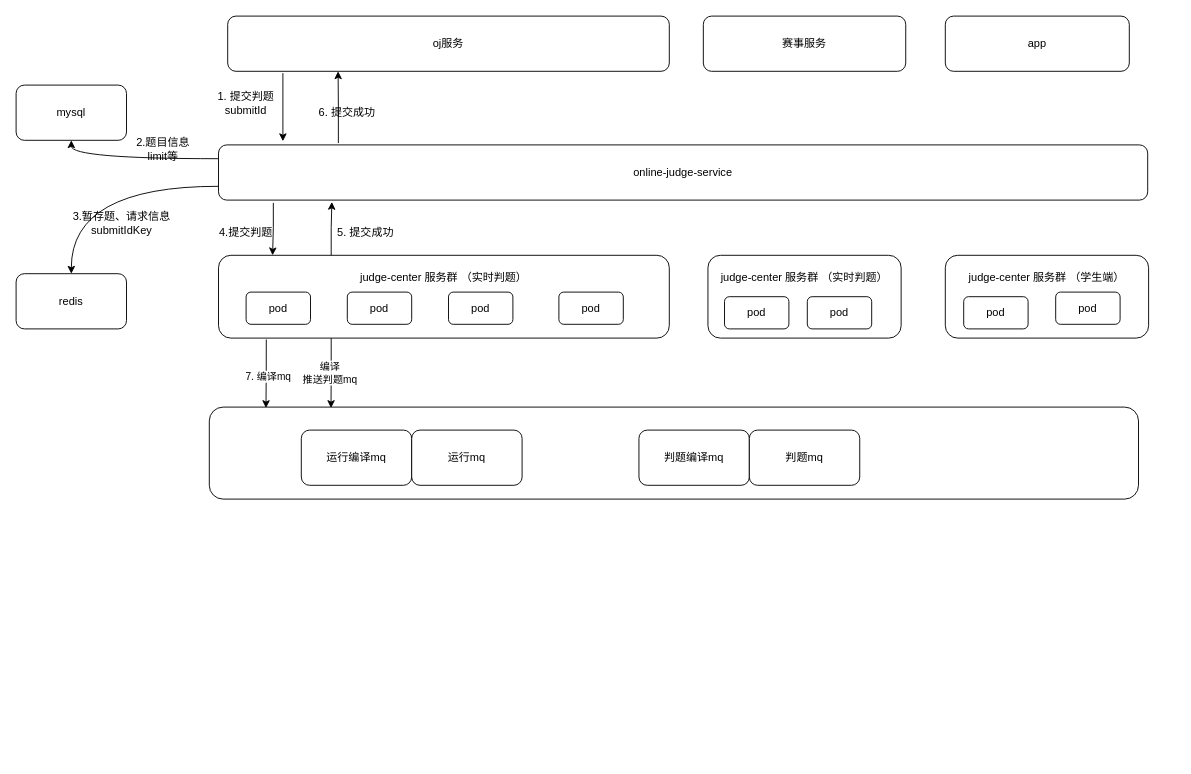
Above: 沙箱群.drawio in xiell2016/hetaoDesign (draw.io), before the change. Source tidied: cells renumbered, new cells numbered last; positions are measured from the earlier drawing's top-left corner, leaving out a move shared by most shapes. Both pictures are drawn from the tidied source at 92%, with x=0, y=0 at pixel (16, 16).
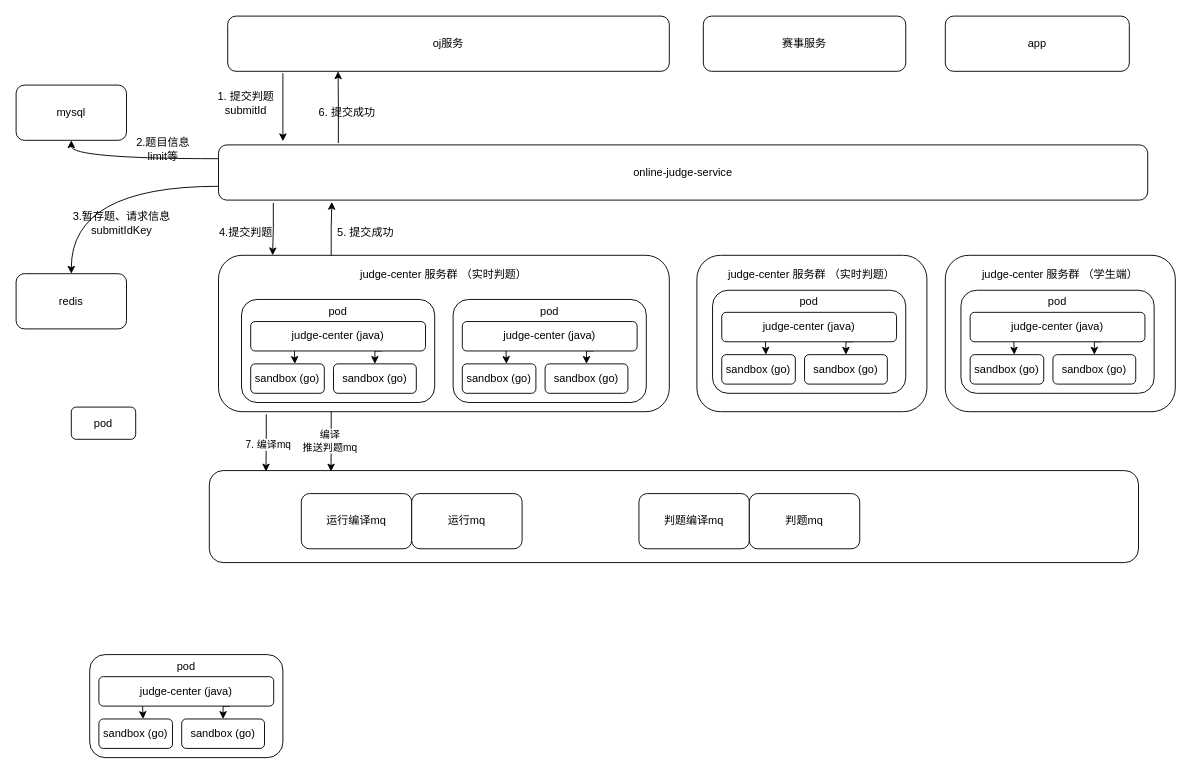
Above is the later version.

Commit message (it also covers changes not shown here):
更新沙箱群.drawio

The edit, as a diff of the source:
```diff
@@
     <mxCell id="2" style="rounded=1;whiteSpace=wrap;html=1;" parent="1" vertex="1">
-      <mxGeometry x="210" y="425" width="1010" height="100" as="geometry" />
+      <mxGeometry x="210" y="494" width="1010" height="100" as="geometry" />
     </mxCell>
@@
-    <mxCell id="8" value="judge-center&lt;span style=&quot;background-color: initial;&quot;&gt;&amp;nbsp;服务群 （实时判题）&lt;/span&gt;&lt;div&gt;&lt;span style=&quot;background-color: initial;&quot;&gt;&lt;br&gt;&lt;/span&gt;&lt;/div&gt;&lt;div&gt;&lt;span style=&quot;background-color: initial;&quot;&gt;&lt;br&gt;&lt;/span&gt;&lt;/div&gt;&lt;div&gt;&lt;br&gt;&lt;/div&gt;" style="rounded=1;whiteSpace=wrap;html=1;" parent="1" vertex="1">
-      <mxGeometry x="220" y="260" width="490" height="90" as="geometry" />
+    <mxCell id="8" value="judge-center&lt;span style=&quot;background-color: initial;&quot;&gt;&amp;nbsp;服务群 （实时判题）&lt;/span&gt;&lt;div&gt;&lt;br&gt;&lt;/div&gt;&lt;div&gt;&lt;br&gt;&lt;div&gt;&lt;span style=&quot;background-color: initial;&quot;&gt;&lt;br&gt;&lt;/span&gt;&lt;/div&gt;&lt;div&gt;&lt;span style=&quot;background-color: initial;&quot;&gt;&lt;br&gt;&lt;/span&gt;&lt;/div&gt;&lt;div&gt;&lt;br&gt;&lt;/div&gt;&lt;div&gt;&lt;br&gt;&lt;/div&gt;&lt;div&gt;&lt;br&gt;&lt;/div&gt;&lt;div&gt;&lt;br&gt;&lt;/div&gt;&lt;div&gt;&lt;br&gt;&lt;/div&gt;&lt;/div&gt;" style="rounded=1;whiteSpace=wrap;html=1;" parent="1" vertex="1">
+      <mxGeometry x="220" y="260" width="490" height="170" as="geometry" />
     </mxCell>
@@
     <mxCell id="11" value="运行编译mq" style="rounded=1;whiteSpace=wrap;html=1;" parent="1" vertex="1">
-      <mxGeometry x="310" y="450" width="120" height="60" as="geometry" />
+      <mxGeometry x="310" y="519" width="120" height="60" as="geometry" />
     </mxCell>
     <mxCell id="12" value="判题编译mq" style="rounded=1;whiteSpace=wrap;html=1;" parent="1" vertex="1">
-      <mxGeometry x="677" y="450" width="120" height="60" as="geometry" />
+      <mxGeometry x="677" y="519" width="120" height="60" as="geometry" />
     </mxCell>
     <mxCell id="13" value="运行mq" style="rounded=1;whiteSpace=wrap;html=1;" parent="1" vertex="1">
-      <mxGeometry x="430" y="450" width="120" height="60" as="geometry" />
+      <mxGeometry x="430" y="519" width="120" height="60" as="geometry" />
     </mxCell>
-    <mxCell id="14" value="judge-center&lt;span style=&quot;background-color: initial;&quot;&gt;&amp;nbsp;服务群 （实时判题）&lt;/span&gt;&lt;div&gt;&lt;span style=&quot;background-color: initial;&quot;&gt;&lt;br&gt;&lt;/span&gt;&lt;/div&gt;&lt;div&gt;&lt;span style=&quot;background-color: initial;&quot;&gt;&lt;br&gt;&lt;/span&gt;&lt;/div&gt;&lt;div&gt;&lt;span style=&quot;background-color: initial;&quot;&gt;&lt;br&gt;&lt;/span&gt;&lt;/div&gt;" style="rounded=1;whiteSpace=wrap;html=1;" parent="1" vertex="1">
-      <mxGeometry x="752" y="260" width="210" height="90" as="geometry" />
+    <mxCell id="14" value="judge-center&lt;span style=&quot;background-color: initial;&quot;&gt;&amp;nbsp;服务群 （实时判题）&lt;/span&gt;&lt;div&gt;&lt;span style=&quot;background-color: initial;&quot;&gt;&lt;br&gt;&lt;/span&gt;&lt;/div&gt;&lt;div&gt;&lt;span style=&quot;background-color: initial;&quot;&gt;&lt;br&gt;&lt;/span&gt;&lt;/div&gt;&lt;div&gt;&lt;span style=&quot;background-color: initial;&quot;&gt;&lt;br&gt;&lt;/span&gt;&lt;/div&gt;&lt;div&gt;&lt;span style=&quot;background-color: initial;&quot;&gt;&lt;br&gt;&lt;/span&gt;&lt;/div&gt;&lt;div&gt;&lt;span style=&quot;background-color: initial;&quot;&gt;&lt;br&gt;&lt;/span&gt;&lt;/div&gt;&lt;div&gt;&lt;span style=&quot;background-color: initial;&quot;&gt;&lt;br&gt;&lt;/span&gt;&lt;/div&gt;&lt;div&gt;&lt;span style=&quot;background-color: initial;&quot;&gt;&lt;br&gt;&lt;/span&gt;&lt;/div&gt;&lt;div&gt;&lt;span style=&quot;background-color: initial;&quot;&gt;&lt;br&gt;&lt;/span&gt;&lt;/div&gt;&lt;div&gt;&lt;span style=&quot;background-color: initial;&quot;&gt;&lt;br&gt;&lt;/span&gt;&lt;/div&gt;" style="rounded=1;whiteSpace=wrap;html=1;" parent="1" vertex="1">
+      <mxGeometry x="740" y="260" width="250" height="170" as="geometry" />
     </mxCell>
-    <mxCell id="15" value="&lt;div&gt;judge-center&lt;span style=&quot;background-color: initial;&quot;&gt;&amp;nbsp;服务群 （学生端）&lt;/span&gt;&lt;br&gt;&lt;/div&gt;&lt;div&gt;&lt;span style=&quot;background-color: initial;&quot;&gt;&lt;br&gt;&lt;/span&gt;&lt;/div&gt;&lt;div&gt;&lt;span style=&quot;background-color: initial;&quot;&gt;&lt;br&gt;&lt;/span&gt;&lt;/div&gt;&lt;div&gt;&lt;span style=&quot;background-color: initial;&quot;&gt;&lt;br&gt;&lt;/span&gt;&lt;/div&gt;" style="rounded=1;whiteSpace=wrap;html=1;" parent="1" vertex="1">
-      <mxGeometry x="1010" y="260" width="221" height="90" as="geometry" />
-    </mxCell>
     <mxCell id="16" value="判题mq" style="rounded=1;whiteSpace=wrap;html=1;" parent="1" vertex="1">
-      <mxGeometry x="797" y="450" width="120" height="60" as="geometry" />
+      <mxGeometry x="797" y="519" width="120" height="60" as="geometry" />
     </mxCell>
@@
     <mxCell id="32" value="pod" style="rounded=1;whiteSpace=wrap;html=1;" parent="1" vertex="1">
-      <mxGeometry x="250" y="300" width="70" height="35" as="geometry" />
+      <mxGeometry x="60" y="425" width="70" height="35" as="geometry" />
     </mxCell>
-    <mxCell id="33" value="pod" style="rounded=1;whiteSpace=wrap;html=1;" parent="1" vertex="1">
-      <mxGeometry x="360" y="300" width="70" height="35" as="geometry" />
-    </mxCell>
-    <mxCell id="34" value="pod" style="rounded=1;whiteSpace=wrap;html=1;" parent="1" vertex="1">
-      <mxGeometry x="470" y="300" width="70" height="35" as="geometry" />
-    </mxCell>
-    <mxCell id="35" value="pod" style="rounded=1;whiteSpace=wrap;html=1;" parent="1" vertex="1">
-      <mxGeometry x="590" y="300" width="70" height="35" as="geometry" />
-    </mxCell>
-    <mxCell id="36" value="pod" style="rounded=1;whiteSpace=wrap;html=1;" parent="1" vertex="1">
-      <mxGeometry x="770" y="305" width="70" height="35" as="geometry" />
-    </mxCell>
-    <mxCell id="37" value="pod" style="rounded=1;whiteSpace=wrap;html=1;" parent="1" vertex="1">
-      <mxGeometry x="860" y="305" width="70" height="35" as="geometry" />
-    </mxCell>
-    <mxCell id="38" value="pod" style="rounded=1;whiteSpace=wrap;html=1;" parent="1" vertex="1">
-      <mxGeometry x="1030" y="305" width="70" height="35" as="geometry" />
-    </mxCell>
-    <mxCell id="39" value="pod" style="rounded=1;whiteSpace=wrap;html=1;" parent="1" vertex="1">
-      <mxGeometry x="1130" y="300" width="70" height="35" as="geometry" />
-    </mxCell>
+    <mxCell id="40" style="edgeStyle=orthogonalEdgeStyle;rounded=0;orthogonalLoop=1;jettySize=auto;html=1;exitX=0.5;exitY=1;exitDx=0;exitDy=0;entryX=0;entryY=0;entryDx=0;entryDy=0;" parent="1" edge="1">
+      <mxGeometry relative="1" as="geometry">
+        <mxPoint x="303.8" y="356" as="sourcePoint" />
+      </mxGeometry>
+    </mxCell>
+    <mxCell id="41" style="edgeStyle=orthogonalEdgeStyle;rounded=0;orthogonalLoop=1;jettySize=auto;html=1;exitX=0.5;exitY=1;exitDx=0;exitDy=0;entryX=0.5;entryY=0;entryDx=0;entryDy=0;" parent="1" edge="1">
+      <mxGeometry relative="1" as="geometry">
+        <mxPoint x="465" y="356" as="sourcePoint" />
+      </mxGeometry>
+    </mxCell>
+    <mxCell id="42" value="&lt;div&gt;&lt;span style=&quot;background-color: initial;&quot;&gt;pod&lt;/span&gt;&lt;br&gt;&lt;/div&gt;&lt;div&gt;&lt;span style=&quot;background-color: initial;&quot;&gt;&lt;br&gt;&lt;/span&gt;&lt;/div&gt;&lt;div&gt;&lt;span style=&quot;background-color: initial;&quot;&gt;&lt;br&gt;&lt;/span&gt;&lt;/div&gt;&lt;div&gt;&lt;span style=&quot;background-color: initial;&quot;&gt;&lt;br&gt;&lt;/span&gt;&lt;/div&gt;&lt;div&gt;&lt;span style=&quot;background-color: initial;&quot;&gt;&lt;br&gt;&lt;/span&gt;&lt;/div&gt;&lt;div&gt;&lt;span style=&quot;background-color: initial;&quot;&gt;&lt;br&gt;&lt;/span&gt;&lt;/div&gt;&lt;div&gt;&lt;span style=&quot;background-color: initial;&quot;&gt;&lt;br&gt;&lt;/span&gt;&lt;/div&gt;" style="rounded=1;whiteSpace=wrap;html=1;" parent="1" vertex="1">
+      <mxGeometry x="245" y="308" width="210" height="112" as="geometry" />
+    </mxCell>
+    <mxCell id="43" style="edgeStyle=orthogonalEdgeStyle;rounded=0;jettySize=auto;html=1;exitX=0.75;exitY=1;exitDx=0;exitDy=0;entryX=0.5;entryY=0;entryDx=0;entryDy=0;" parent="1" edge="1" source="44" target="46">
+      <mxGeometry relative="1" as="geometry" />
+    </mxCell>
+    <mxCell id="44" value="judge-center (java)" style="rounded=1;whiteSpace=wrap;html=1;" parent="1" vertex="1">
+      <mxGeometry x="255" y="332" width="190" height="32" as="geometry" />
+    </mxCell>
+    <mxCell id="45" value="sandbox (go)" style="rounded=1;whiteSpace=wrap;html=1;" parent="1" vertex="1">
+      <mxGeometry x="255" y="378" width="80" height="32" as="geometry" />
+    </mxCell>
+    <mxCell id="46" value="sandbox (go)" style="rounded=1;whiteSpace=wrap;html=1;" parent="1" vertex="1">
+      <mxGeometry x="345" y="378" width="90" height="32" as="geometry" />
+    </mxCell>
+    <mxCell id="47" style="edgeStyle=orthogonalEdgeStyle;rounded=0;jettySize=auto;html=1;exitX=0.25;exitY=1;exitDx=0;exitDy=0;entryX=0.6;entryY=0;entryDx=0;entryDy=0;entryPerimeter=0;" parent="1" edge="1" source="44" target="45">
+      <mxGeometry relative="1" as="geometry" />
+    </mxCell>
+    <mxCell id="48" value="&lt;div&gt;&lt;span style=&quot;background-color: initial;&quot;&gt;pod&lt;/span&gt;&lt;br&gt;&lt;/div&gt;&lt;div&gt;&lt;span style=&quot;background-color: initial;&quot;&gt;&lt;br&gt;&lt;/span&gt;&lt;/div&gt;&lt;div&gt;&lt;span style=&quot;background-color: initial;&quot;&gt;&lt;br&gt;&lt;/span&gt;&lt;/div&gt;&lt;div&gt;&lt;span style=&quot;background-color: initial;&quot;&gt;&lt;br&gt;&lt;/span&gt;&lt;/div&gt;&lt;div&gt;&lt;span style=&quot;background-color: initial;&quot;&gt;&lt;br&gt;&lt;/span&gt;&lt;/div&gt;&lt;div&gt;&lt;span style=&quot;background-color: initial;&quot;&gt;&lt;br&gt;&lt;/span&gt;&lt;/div&gt;&lt;div&gt;&lt;span style=&quot;background-color: initial;&quot;&gt;&lt;br&gt;&lt;/span&gt;&lt;/div&gt;" style="rounded=1;whiteSpace=wrap;html=1;" parent="1" vertex="1">
+      <mxGeometry x="80" y="694" width="210" height="112" as="geometry" />
+    </mxCell>
+    <mxCell id="49" style="edgeStyle=orthogonalEdgeStyle;rounded=0;jettySize=auto;html=1;exitX=0.75;exitY=1;exitDx=0;exitDy=0;entryX=0.5;entryY=0;entryDx=0;entryDy=0;" parent="1" edge="1" source="50" target="52">
+      <mxGeometry relative="1" as="geometry" />
+    </mxCell>
+    <mxCell id="50" value="judge-center (java)" style="rounded=1;whiteSpace=wrap;html=1;" parent="1" vertex="1">
+      <mxGeometry x="90" y="718" width="190" height="32" as="geometry" />
+    </mxCell>
+    <mxCell id="51" value="sandbox (go)" style="rounded=1;whiteSpace=wrap;html=1;" parent="1" vertex="1">
+      <mxGeometry x="90" y="764" width="80" height="32" as="geometry" />
+    </mxCell>
+    <mxCell id="52" value="sandbox (go)" style="rounded=1;whiteSpace=wrap;html=1;" parent="1" vertex="1">
+      <mxGeometry x="180" y="764" width="90" height="32" as="geometry" />
+    </mxCell>
+    <mxCell id="53" style="edgeStyle=orthogonalEdgeStyle;rounded=0;jettySize=auto;html=1;exitX=0.25;exitY=1;exitDx=0;exitDy=0;entryX=0.6;entryY=0;entryDx=0;entryDy=0;entryPerimeter=0;" parent="1" edge="1" source="50" target="51">
+      <mxGeometry relative="1" as="geometry" />
+    </mxCell>
+    <mxCell id="54" value="&lt;div&gt;&lt;span style=&quot;background-color: initial;&quot;&gt;pod&lt;/span&gt;&lt;br&gt;&lt;/div&gt;&lt;div&gt;&lt;span style=&quot;background-color: initial;&quot;&gt;&lt;br&gt;&lt;/span&gt;&lt;/div&gt;&lt;div&gt;&lt;span style=&quot;background-color: initial;&quot;&gt;&lt;br&gt;&lt;/span&gt;&lt;/div&gt;&lt;div&gt;&lt;span style=&quot;background-color: initial;&quot;&gt;&lt;br&gt;&lt;/span&gt;&lt;/div&gt;&lt;div&gt;&lt;span style=&quot;background-color: initial;&quot;&gt;&lt;br&gt;&lt;/span&gt;&lt;/div&gt;&lt;div&gt;&lt;span style=&quot;background-color: initial;&quot;&gt;&lt;br&gt;&lt;/span&gt;&lt;/div&gt;&lt;div&gt;&lt;span style=&quot;background-color: initial;&quot;&gt;&lt;br&gt;&lt;/span&gt;&lt;/div&gt;" style="rounded=1;whiteSpace=wrap;html=1;" parent="1" vertex="1">
+      <mxGeometry x="475" y="308" width="210" height="112" as="geometry" />
+    </mxCell>
+    <mxCell id="55" style="edgeStyle=orthogonalEdgeStyle;rounded=0;jettySize=auto;html=1;exitX=0.75;exitY=1;exitDx=0;exitDy=0;entryX=0.5;entryY=0;entryDx=0;entryDy=0;" parent="1" edge="1" source="56" target="58">
+      <mxGeometry relative="1" as="geometry" />
+    </mxCell>
+    <mxCell id="56" value="judge-center (java)" style="rounded=1;whiteSpace=wrap;html=1;" parent="1" vertex="1">
+      <mxGeometry x="485" y="332" width="190" height="32" as="geometry" />
+    </mxCell>
+    <mxCell id="57" value="sandbox (go)" style="rounded=1;whiteSpace=wrap;html=1;" parent="1" vertex="1">
+      <mxGeometry x="485" y="378" width="80" height="32" as="geometry" />
+    </mxCell>
+    <mxCell id="58" value="sandbox (go)" style="rounded=1;whiteSpace=wrap;html=1;" parent="1" vertex="1">
+      <mxGeometry x="575" y="378" width="90" height="32" as="geometry" />
+    </mxCell>
+    <mxCell id="59" style="edgeStyle=orthogonalEdgeStyle;rounded=0;jettySize=auto;html=1;exitX=0.25;exitY=1;exitDx=0;exitDy=0;entryX=0.6;entryY=0;entryDx=0;entryDy=0;entryPerimeter=0;" parent="1" edge="1" source="56" target="57">
+      <mxGeometry relative="1" as="geometry" />
+    </mxCell>
+    <mxCell id="60" value="&lt;div&gt;&lt;span style=&quot;background-color: initial;&quot;&gt;pod&lt;/span&gt;&lt;br&gt;&lt;/div&gt;&lt;div&gt;&lt;span style=&quot;background-color: initial;&quot;&gt;&lt;br&gt;&lt;/span&gt;&lt;/div&gt;&lt;div&gt;&lt;span style=&quot;background-color: initial;&quot;&gt;&lt;br&gt;&lt;/span&gt;&lt;/div&gt;&lt;div&gt;&lt;span style=&quot;background-color: initial;&quot;&gt;&lt;br&gt;&lt;/span&gt;&lt;/div&gt;&lt;div&gt;&lt;span style=&quot;background-color: initial;&quot;&gt;&lt;br&gt;&lt;/span&gt;&lt;/div&gt;&lt;div&gt;&lt;span style=&quot;background-color: initial;&quot;&gt;&lt;br&gt;&lt;/span&gt;&lt;/div&gt;&lt;div&gt;&lt;span style=&quot;background-color: initial;&quot;&gt;&lt;br&gt;&lt;/span&gt;&lt;/div&gt;" style="rounded=1;whiteSpace=wrap;html=1;" parent="1" vertex="1">
+      <mxGeometry x="757" y="298" width="210" height="112" as="geometry" />
+    </mxCell>
+    <mxCell id="61" style="edgeStyle=orthogonalEdgeStyle;rounded=0;jettySize=auto;html=1;exitX=0.75;exitY=1;exitDx=0;exitDy=0;entryX=0.5;entryY=0;entryDx=0;entryDy=0;" parent="1" edge="1" source="62" target="64">
+      <mxGeometry relative="1" as="geometry" />
+    </mxCell>
+    <mxCell id="62" value="judge-center (java)" style="rounded=1;whiteSpace=wrap;html=1;" parent="1" vertex="1">
+      <mxGeometry x="767" y="322" width="190" height="32" as="geometry" />
+    </mxCell>
+    <mxCell id="63" value="sandbox (go)" style="rounded=1;whiteSpace=wrap;html=1;" parent="1" vertex="1">
+      <mxGeometry x="767" y="368" width="80" height="32" as="geometry" />
+    </mxCell>
+    <mxCell id="64" value="sandbox (go)" style="rounded=1;whiteSpace=wrap;html=1;" parent="1" vertex="1">
+      <mxGeometry x="857" y="368" width="90" height="32" as="geometry" />
+    </mxCell>
+    <mxCell id="65" style="edgeStyle=orthogonalEdgeStyle;rounded=0;jettySize=auto;html=1;exitX=0.25;exitY=1;exitDx=0;exitDy=0;entryX=0.6;entryY=0;entryDx=0;entryDy=0;entryPerimeter=0;" parent="1" edge="1" source="62" target="63">
+      <mxGeometry relative="1" as="geometry" />
+    </mxCell>
+    <mxCell id="15" value="&lt;div&gt;&lt;div&gt;judge-center&lt;span style=&quot;background-color: initial;&quot;&gt;&amp;nbsp;服务群 （学生端）&lt;/span&gt;&lt;br&gt;&lt;/div&gt;&lt;/div&gt;&lt;div&gt;&lt;span style=&quot;background-color: initial;&quot;&gt;&lt;br&gt;&lt;/span&gt;&lt;/div&gt;&lt;div&gt;&lt;span style=&quot;background-color: initial;&quot;&gt;&lt;br&gt;&lt;/span&gt;&lt;/div&gt;&lt;div&gt;&lt;span style=&quot;background-color: initial;&quot;&gt;&lt;br&gt;&lt;/span&gt;&lt;/div&gt;&lt;div&gt;&lt;span style=&quot;background-color: initial;&quot;&gt;&lt;br&gt;&lt;/span&gt;&lt;/div&gt;&lt;div&gt;&lt;span style=&quot;background-color: initial;&quot;&gt;&lt;br&gt;&lt;/span&gt;&lt;/div&gt;&lt;div&gt;&lt;span style=&quot;background-color: initial;&quot;&gt;&lt;br&gt;&lt;/span&gt;&lt;/div&gt;&lt;div&gt;&lt;span style=&quot;background-color: initial;&quot;&gt;&lt;br&gt;&lt;/span&gt;&lt;/div&gt;&lt;div&gt;&lt;span style=&quot;background-color: initial;&quot;&gt;&lt;br&gt;&lt;/span&gt;&lt;/div&gt;&lt;div&gt;&lt;span style=&quot;background-color: initial;&quot;&gt;&lt;br&gt;&lt;/span&gt;&lt;/div&gt;" style="rounded=1;whiteSpace=wrap;html=1;" parent="1" vertex="1">
+      <mxGeometry x="1010" y="260" width="250" height="170" as="geometry" />
+    </mxCell>
+    <mxCell id="66" value="&lt;div&gt;&lt;span style=&quot;background-color: initial;&quot;&gt;pod&lt;/span&gt;&lt;br&gt;&lt;/div&gt;&lt;div&gt;&lt;span style=&quot;background-color: initial;&quot;&gt;&lt;br&gt;&lt;/span&gt;&lt;/div&gt;&lt;div&gt;&lt;span style=&quot;background-color: initial;&quot;&gt;&lt;br&gt;&lt;/span&gt;&lt;/div&gt;&lt;div&gt;&lt;span style=&quot;background-color: initial;&quot;&gt;&lt;br&gt;&lt;/span&gt;&lt;/div&gt;&lt;div&gt;&lt;span style=&quot;background-color: initial;&quot;&gt;&lt;br&gt;&lt;/span&gt;&lt;/div&gt;&lt;div&gt;&lt;span style=&quot;background-color: initial;&quot;&gt;&lt;br&gt;&lt;/span&gt;&lt;/div&gt;&lt;div&gt;&lt;span style=&quot;background-color: initial;&quot;&gt;&lt;br&gt;&lt;/span&gt;&lt;/div&gt;" style="rounded=1;whiteSpace=wrap;html=1;" parent="1" vertex="1">
+      <mxGeometry x="1027" y="298" width="210" height="112" as="geometry" />
+    </mxCell>
+    <mxCell id="67" style="edgeStyle=orthogonalEdgeStyle;rounded=0;jettySize=auto;html=1;exitX=0.75;exitY=1;exitDx=0;exitDy=0;entryX=0.5;entryY=0;entryDx=0;entryDy=0;" parent="1" edge="1" source="68" target="70">
+      <mxGeometry relative="1" as="geometry" />
+    </mxCell>
+    <mxCell id="68" value="judge-center (java)" style="rounded=1;whiteSpace=wrap;html=1;" parent="1" vertex="1">
+      <mxGeometry x="1037" y="322" width="190" height="32" as="geometry" />
+    </mxCell>
+    <mxCell id="69" value="sandbox (go)" style="rounded=1;whiteSpace=wrap;html=1;" parent="1" vertex="1">
+      <mxGeometry x="1037" y="368" width="80" height="32" as="geometry" />
+    </mxCell>
+    <mxCell id="70" value="sandbox (go)" style="rounded=1;whiteSpace=wrap;html=1;" parent="1" vertex="1">
+      <mxGeometry x="1127" y="368" width="90" height="32" as="geometry" />
+    </mxCell>
+    <mxCell id="71" style="edgeStyle=orthogonalEdgeStyle;rounded=0;jettySize=auto;html=1;exitX=0.25;exitY=1;exitDx=0;exitDy=0;entryX=0.6;entryY=0;entryDx=0;entryDy=0;entryPerimeter=0;" parent="1" edge="1" source="68" target="69">
+      <mxGeometry relative="1" as="geometry" />
+    </mxCell>
```
